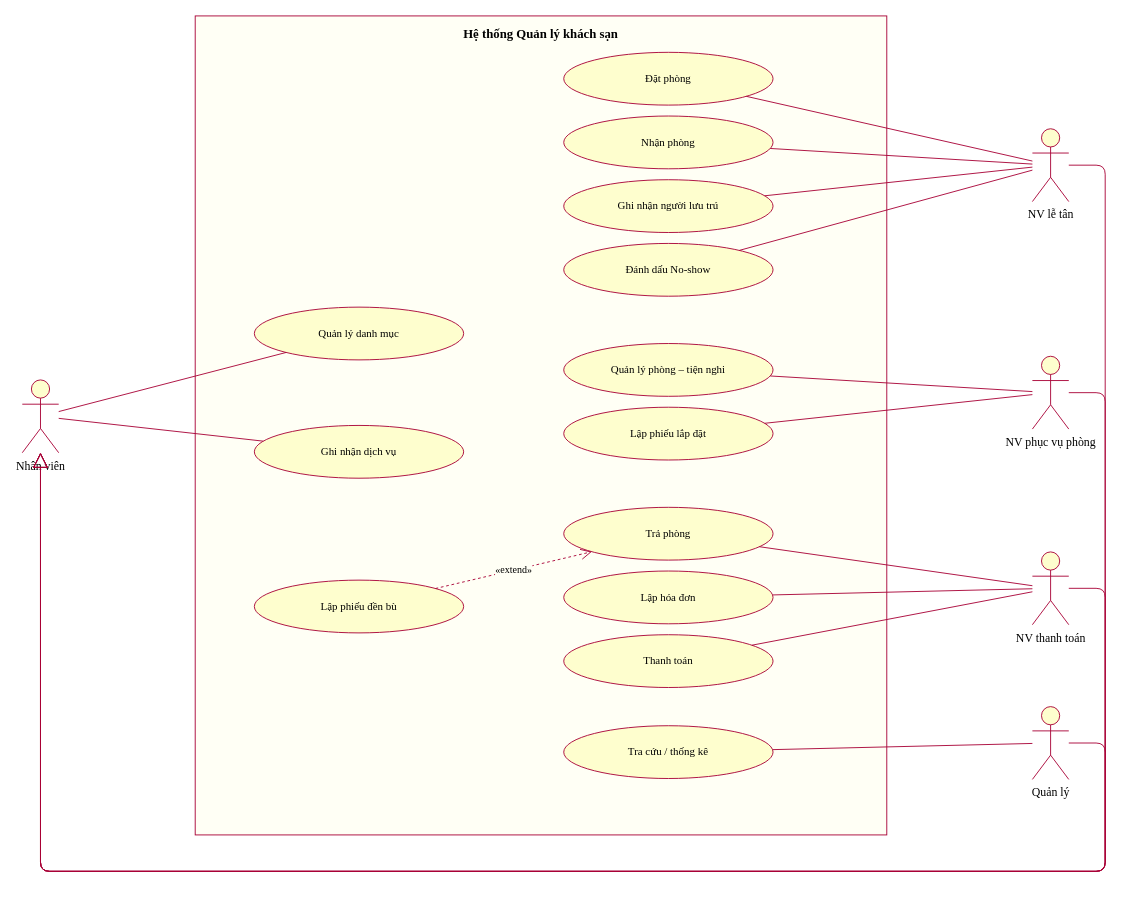
This is IMAGES/LAB3/H1_UseCase_TongQuat.drawio from nguyenquocan5432-bot/LAB_AT_OOSD, a draw.io file, before an edit. Source tidied: cells renumbered, new cells numbered last; positions are measured from the earlier drawing's top-left corner, leaving out a move shared by most shapes. Both pictures are drawn from the tidied source at 91%, with x=0, y=0 at pixel (22, 15).
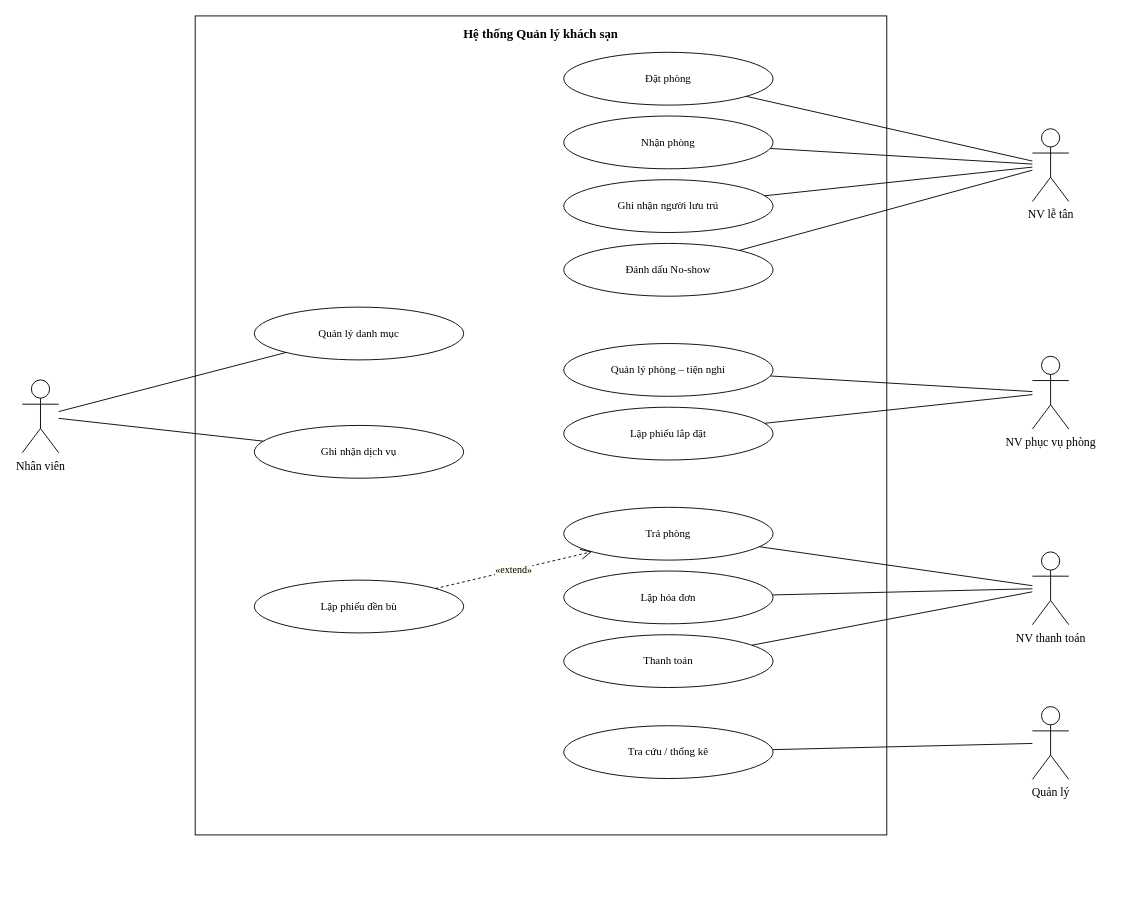
Above is the later version.

What changed in the source:
```diff
@@
-    <mxCell id="2" value="Hệ thống Quản lý khách sạn" style="rounded=0;whiteSpace=wrap;html=1;verticalAlign=top;fontStyle=1;fillColor=#FFFFF5;strokeColor=#A80036;fontFamily=Times New Roman;fontSize=14;spacingTop=6;" parent="1" vertex="1">
+    <mxCell id="2" value="Hệ thống Quản lý khách sạn" style="rounded=0;whiteSpace=wrap;html=1;verticalAlign=top;fontStyle=1;fontFamily=Times New Roman;fontSize=14;spacingTop=6;" parent="1" vertex="1">
       <mxGeometry x="190" width="760" height="900" as="geometry" />
     </mxCell>
-    <mxCell id="3" value="Nhân viên" style="shape=umlActor;verticalLabelPosition=bottom;verticalAlign=top;html=1;outlineConnect=0;fillColor=#FEFECE;strokeColor=#A80036;fontFamily=Times New Roman;fontSize=13;" parent="1" vertex="1">
+    <mxCell id="3" value="Nhân viên" style="shape=umlActor;verticalLabelPosition=bottom;verticalAlign=top;html=1;outlineConnect=0;fontFamily=Times New Roman;fontSize=13;" parent="1" vertex="1">
       <mxGeometry y="400" width="40" height="80" as="geometry" />
     </mxCell>
-    <mxCell id="4" value="NV lễ tân" style="shape=umlActor;verticalLabelPosition=bottom;verticalAlign=top;html=1;outlineConnect=0;fillColor=#FEFECE;strokeColor=#A80036;fontFamily=Times New Roman;fontSize=13;" parent="1" vertex="1">
+    <mxCell id="4" value="NV lễ tân" style="shape=umlActor;verticalLabelPosition=bottom;verticalAlign=top;html=1;outlineConnect=0;fontFamily=Times New Roman;fontSize=13;" parent="1" vertex="1">
       <mxGeometry x="1110" y="124" width="40" height="80" as="geometry" />
     </mxCell>
-    <mxCell id="5" style="endArrow=block;endFill=0;endSize=14;html=1;strokeColor=#A80036;edgeStyle=orthogonalEdgeStyle;exitX=1;exitY=0.5;exitDx=0;exitDy=0;entryX=0.5;entryY=1;entryDx=0;entryDy=0;" parent="1" edge="1" source="4" target="3">
-      <mxGeometry relative="1" as="geometry">
-        <Array as="points">
-          <mxPoint x="1190" y="164" />
-          <mxPoint x="1190" y="940" />
-          <mxPoint x="20" y="940" />
-        </Array>
-      </mxGeometry>
-    </mxCell>
-    <mxCell id="6" value="Đặt phòng" style="ellipse;whiteSpace=wrap;html=1;fillColor=#FEFECE;strokeColor=#A80036;fontFamily=Times New Roman;fontSize=12;" parent="1" vertex="1">
+    <mxCell id="6" value="Đặt phòng" style="ellipse;whiteSpace=wrap;html=1;fontFamily=Times New Roman;fontSize=12;" parent="1" vertex="1">
       <mxGeometry x="595" y="40" width="230" height="58" as="geometry" />
     </mxCell>
-    <mxCell id="7" style="endArrow=none;html=1;strokeColor=#A80036;" parent="1" edge="1" source="4" target="6">
+    <mxCell id="7" style="endArrow=none;html=1;" parent="1" edge="1" source="4" target="6">
       <mxGeometry relative="1" as="geometry" />
     </mxCell>
-    <mxCell id="8" value="Nhận phòng" style="ellipse;whiteSpace=wrap;html=1;fillColor=#FEFECE;strokeColor=#A80036;fontFamily=Times New Roman;fontSize=12;" parent="1" vertex="1">
+    <mxCell id="8" value="Nhận phòng" style="ellipse;whiteSpace=wrap;html=1;fontFamily=Times New Roman;fontSize=12;" parent="1" vertex="1">
       <mxGeometry x="595" y="110" width="230" height="58" as="geometry" />
     </mxCell>
-    <mxCell id="9" style="endArrow=none;html=1;strokeColor=#A80036;" parent="1" edge="1" source="4" target="8">
+    <mxCell id="9" style="endArrow=none;html=1;" parent="1" edge="1" source="4" target="8">
       <mxGeometry relative="1" as="geometry" />
     </mxCell>
-    <mxCell id="10" value="Ghi nhận người lưu trú" style="ellipse;whiteSpace=wrap;html=1;fillColor=#FEFECE;strokeColor=#A80036;fontFamily=Times New Roman;fontSize=12;" parent="1" vertex="1">
+    <mxCell id="10" value="Ghi nhận người lưu trú" style="ellipse;whiteSpace=wrap;html=1;fontFamily=Times New Roman;fontSize=12;" parent="1" vertex="1">
       <mxGeometry x="595" y="180" width="230" height="58" as="geometry" />
     </mxCell>
-    <mxCell id="11" style="endArrow=none;html=1;strokeColor=#A80036;" parent="1" edge="1" source="4" target="10">
+    <mxCell id="11" style="endArrow=none;html=1;" parent="1" edge="1" source="4" target="10">
       <mxGeometry relative="1" as="geometry" />
     </mxCell>
-    <mxCell id="12" value="Đánh dấu No-show" style="ellipse;whiteSpace=wrap;html=1;fillColor=#FEFECE;strokeColor=#A80036;fontFamily=Times New Roman;fontSize=12;" parent="1" vertex="1">
+    <mxCell id="12" value="Đánh dấu No-show" style="ellipse;whiteSpace=wrap;html=1;fontFamily=Times New Roman;fontSize=12;" parent="1" vertex="1">
       <mxGeometry x="595" y="250" width="230" height="58" as="geometry" />
     </mxCell>
-    <mxCell id="13" style="endArrow=none;html=1;strokeColor=#A80036;" parent="1" edge="1" source="4" target="12">
+    <mxCell id="13" style="endArrow=none;html=1;" parent="1" edge="1" source="4" target="12">
       <mxGeometry relative="1" as="geometry" />
     </mxCell>
-    <mxCell id="14" value="NV phục vụ phòng" style="shape=umlActor;verticalLabelPosition=bottom;verticalAlign=top;html=1;outlineConnect=0;fillColor=#FEFECE;strokeColor=#A80036;fontFamily=Times New Roman;fontSize=13;" parent="1" vertex="1">
+    <mxCell id="14" value="NV phục vụ phòng" style="shape=umlActor;verticalLabelPosition=bottom;verticalAlign=top;html=1;outlineConnect=0;fontFamily=Times New Roman;fontSize=13;" parent="1" vertex="1">
       <mxGeometry x="1110" y="374" width="40" height="80" as="geometry" />
     </mxCell>
-    <mxCell id="15" style="endArrow=block;endFill=0;endSize=14;html=1;strokeColor=#A80036;edgeStyle=orthogonalEdgeStyle;exitX=1;exitY=0.5;exitDx=0;exitDy=0;entryX=0.5;entryY=1;entryDx=0;entryDy=0;" parent="1" edge="1" source="14" target="3">
-      <mxGeometry relative="1" as="geometry">
-        <Array as="points">
-          <mxPoint x="1190" y="414" />
-          <mxPoint x="1190" y="940" />
-          <mxPoint x="20" y="940" />
-        </Array>
-      </mxGeometry>
-    </mxCell>
-    <mxCell id="16" value="Quản lý phòng – tiện nghi" style="ellipse;whiteSpace=wrap;html=1;fillColor=#FEFECE;strokeColor=#A80036;fontFamily=Times New Roman;fontSize=12;" parent="1" vertex="1">
+    <mxCell id="16" value="Quản lý phòng – tiện nghi" style="ellipse;whiteSpace=wrap;html=1;fontFamily=Times New Roman;fontSize=12;" parent="1" vertex="1">
       <mxGeometry x="595" y="360" width="230" height="58" as="geometry" />
     </mxCell>
-    <mxCell id="17" style="endArrow=none;html=1;strokeColor=#A80036;" parent="1" edge="1" source="14" target="16">
+    <mxCell id="17" style="endArrow=none;html=1;" parent="1" edge="1" source="14" target="16">
       <mxGeometry relative="1" as="geometry" />
     </mxCell>
-    <mxCell id="18" value="Lập phiếu lắp đặt" style="ellipse;whiteSpace=wrap;html=1;fillColor=#FEFECE;strokeColor=#A80036;fontFamily=Times New Roman;fontSize=12;" parent="1" vertex="1">
+    <mxCell id="18" value="Lập phiếu lắp đặt" style="ellipse;whiteSpace=wrap;html=1;fontFamily=Times New Roman;fontSize=12;" parent="1" vertex="1">
       <mxGeometry x="595" y="430" width="230" height="58" as="geometry" />
     </mxCell>
-    <mxCell id="19" style="endArrow=none;html=1;strokeColor=#A80036;" parent="1" edge="1" source="14" target="18">
+    <mxCell id="19" style="endArrow=none;html=1;" parent="1" edge="1" source="14" target="18">
       <mxGeometry relative="1" as="geometry" />
     </mxCell>
-    <mxCell id="20" value="NV thanh toán" style="shape=umlActor;verticalLabelPosition=bottom;verticalAlign=top;html=1;outlineConnect=0;fillColor=#FEFECE;strokeColor=#A80036;fontFamily=Times New Roman;fontSize=13;" parent="1" vertex="1">
+    <mxCell id="20" value="NV thanh toán" style="shape=umlActor;verticalLabelPosition=bottom;verticalAlign=top;html=1;outlineConnect=0;fontFamily=Times New Roman;fontSize=13;" parent="1" vertex="1">
       <mxGeometry x="1110" y="589" width="40" height="80" as="geometry" />
     </mxCell>
-    <mxCell id="21" style="endArrow=block;endFill=0;endSize=14;html=1;strokeColor=#A80036;edgeStyle=orthogonalEdgeStyle;exitX=1;exitY=0.5;exitDx=0;exitDy=0;entryX=0.5;entryY=1;entryDx=0;entryDy=0;" parent="1" edge="1" source="20" target="3">
-      <mxGeometry relative="1" as="geometry">
-        <Array as="points">
-          <mxPoint x="1190" y="629" />
-          <mxPoint x="1190" y="940" />
-          <mxPoint x="20" y="940" />
-        </Array>
-      </mxGeometry>
-    </mxCell>
-    <mxCell id="22" value="Trả phòng" style="ellipse;whiteSpace=wrap;html=1;fillColor=#FEFECE;strokeColor=#A80036;fontFamily=Times New Roman;fontSize=12;" parent="1" vertex="1">
+    <mxCell id="22" value="Trả phòng" style="ellipse;whiteSpace=wrap;html=1;fontFamily=Times New Roman;fontSize=12;" parent="1" vertex="1">
       <mxGeometry x="595" y="540" width="230" height="58" as="geometry" />
     </mxCell>
-    <mxCell id="23" style="endArrow=none;html=1;strokeColor=#A80036;" parent="1" edge="1" source="20" target="22">
+    <mxCell id="23" style="endArrow=none;html=1;" parent="1" edge="1" source="20" target="22">
       <mxGeometry relative="1" as="geometry" />
     </mxCell>
-    <mxCell id="24" value="Lập hóa đơn" style="ellipse;whiteSpace=wrap;html=1;fillColor=#FEFECE;strokeColor=#A80036;fontFamily=Times New Roman;fontSize=12;" parent="1" vertex="1">
+    <mxCell id="24" value="Lập hóa đơn" style="ellipse;whiteSpace=wrap;html=1;fontFamily=Times New Roman;fontSize=12;" parent="1" vertex="1">
       <mxGeometry x="595" y="610" width="230" height="58" as="geometry" />
     </mxCell>
-    <mxCell id="25" style="endArrow=none;html=1;strokeColor=#A80036;" parent="1" edge="1" source="20" target="24">
+    <mxCell id="25" style="endArrow=none;html=1;" parent="1" edge="1" source="20" target="24">
       <mxGeometry relative="1" as="geometry" />
     </mxCell>
-    <mxCell id="26" value="Thanh toán" style="ellipse;whiteSpace=wrap;html=1;fillColor=#FEFECE;strokeColor=#A80036;fontFamily=Times New Roman;fontSize=12;" parent="1" vertex="1">
+    <mxCell id="26" value="Thanh toán" style="ellipse;whiteSpace=wrap;html=1;fontFamily=Times New Roman;fontSize=12;" parent="1" vertex="1">
       <mxGeometry x="595" y="680" width="230" height="58" as="geometry" />
     </mxCell>
-    <mxCell id="27" style="endArrow=none;html=1;strokeColor=#A80036;" parent="1" edge="1" source="20" target="26">
+    <mxCell id="27" style="endArrow=none;html=1;" parent="1" edge="1" source="20" target="26">
       <mxGeometry relative="1" as="geometry" />
     </mxCell>
-    <mxCell id="28" value="Quản lý" style="shape=umlActor;verticalLabelPosition=bottom;verticalAlign=top;html=1;outlineConnect=0;fillColor=#FEFECE;strokeColor=#A80036;fontFamily=Times New Roman;fontSize=13;" parent="1" vertex="1">
+    <mxCell id="28" value="Quản lý" style="shape=umlActor;verticalLabelPosition=bottom;verticalAlign=top;html=1;outlineConnect=0;fontFamily=Times New Roman;fontSize=13;" parent="1" vertex="1">
       <mxGeometry x="1110" y="759" width="40" height="80" as="geometry" />
     </mxCell>
-    <mxCell id="29" style="endArrow=block;endFill=0;endSize=14;html=1;strokeColor=#A80036;edgeStyle=orthogonalEdgeStyle;exitX=1;exitY=0.5;exitDx=0;exitDy=0;entryX=0.5;entryY=1;entryDx=0;entryDy=0;" parent="1" edge="1" source="28" target="3">
-      <mxGeometry relative="1" as="geometry">
-        <Array as="points">
-          <mxPoint x="1190" y="799" />
-          <mxPoint x="1190" y="940" />
-          <mxPoint x="20" y="940" />
-        </Array>
-      </mxGeometry>
-    </mxCell>
-    <mxCell id="30" value="Tra cứu / thống kê" style="ellipse;whiteSpace=wrap;html=1;fillColor=#FEFECE;strokeColor=#A80036;fontFamily=Times New Roman;fontSize=12;" parent="1" vertex="1">
+    <mxCell id="30" value="Tra cứu / thống kê" style="ellipse;whiteSpace=wrap;html=1;fontFamily=Times New Roman;fontSize=12;" parent="1" vertex="1">
       <mxGeometry x="595" y="780" width="230" height="58" as="geometry" />
     </mxCell>
-    <mxCell id="31" style="endArrow=none;html=1;strokeColor=#A80036;" parent="1" edge="1" source="28" target="30">
+    <mxCell id="31" style="endArrow=none;html=1;" parent="1" edge="1" source="28" target="30">
       <mxGeometry relative="1" as="geometry" />
     </mxCell>
-    <mxCell id="32" value="Quản lý danh mục" style="ellipse;whiteSpace=wrap;html=1;fillColor=#FEFECE;strokeColor=#A80036;fontFamily=Times New Roman;fontSize=12;" parent="1" vertex="1">
+    <mxCell id="32" value="Quản lý danh mục" style="ellipse;whiteSpace=wrap;html=1;fontFamily=Times New Roman;fontSize=12;" parent="1" vertex="1">
       <mxGeometry x="255" y="320" width="230" height="58" as="geometry" />
     </mxCell>
-    <mxCell id="33" value="Ghi nhận dịch vụ" style="ellipse;whiteSpace=wrap;html=1;fillColor=#FEFECE;strokeColor=#A80036;fontFamily=Times New Roman;fontSize=12;" parent="1" vertex="1">
+    <mxCell id="33" value="Ghi nhận dịch vụ" style="ellipse;whiteSpace=wrap;html=1;fontFamily=Times New Roman;fontSize=12;" parent="1" vertex="1">
       <mxGeometry x="255" y="450" width="230" height="58" as="geometry" />
     </mxCell>
-    <mxCell id="34" style="endArrow=none;html=1;strokeColor=#A80036;" parent="1" edge="1" source="3" target="32">
+    <mxCell id="34" style="endArrow=none;html=1;" parent="1" edge="1" source="3" target="32">
       <mxGeometry relative="1" as="geometry" />
     </mxCell>
-    <mxCell id="35" style="endArrow=none;html=1;strokeColor=#A80036;" parent="1" edge="1" source="3" target="33">
+    <mxCell id="35" style="endArrow=none;html=1;" parent="1" edge="1" source="3" target="33">
       <mxGeometry relative="1" as="geometry" />
     </mxCell>
-    <mxCell id="36" value="Lập phiếu đền bù" style="ellipse;whiteSpace=wrap;html=1;fillColor=#FEFECE;strokeColor=#A80036;fontFamily=Times New Roman;fontSize=12;" parent="1" vertex="1">
+    <mxCell id="36" value="Lập phiếu đền bù" style="ellipse;whiteSpace=wrap;html=1;fontFamily=Times New Roman;fontSize=12;" parent="1" vertex="1">
       <mxGeometry x="255" y="620" width="230" height="58" as="geometry" />
     </mxCell>
-    <mxCell id="37" value="«extend»" style="endArrow=open;endSize=10;dashed=1;html=1;strokeColor=#A80036;fontFamily=Times New Roman;fontSize=11;labelBackgroundColor=#FFFFF5;" parent="1" edge="1" source="36" target="22">
+    <mxCell id="37" value="«extend»" style="endArrow=open;endSize=10;dashed=1;html=1;fontFamily=Times New Roman;fontSize=11;labelBackgroundColor=#FFFFF5;" parent="1" edge="1" source="36" target="22">
       <mxGeometry relative="1" as="geometry" />
     </mxCell>
```
